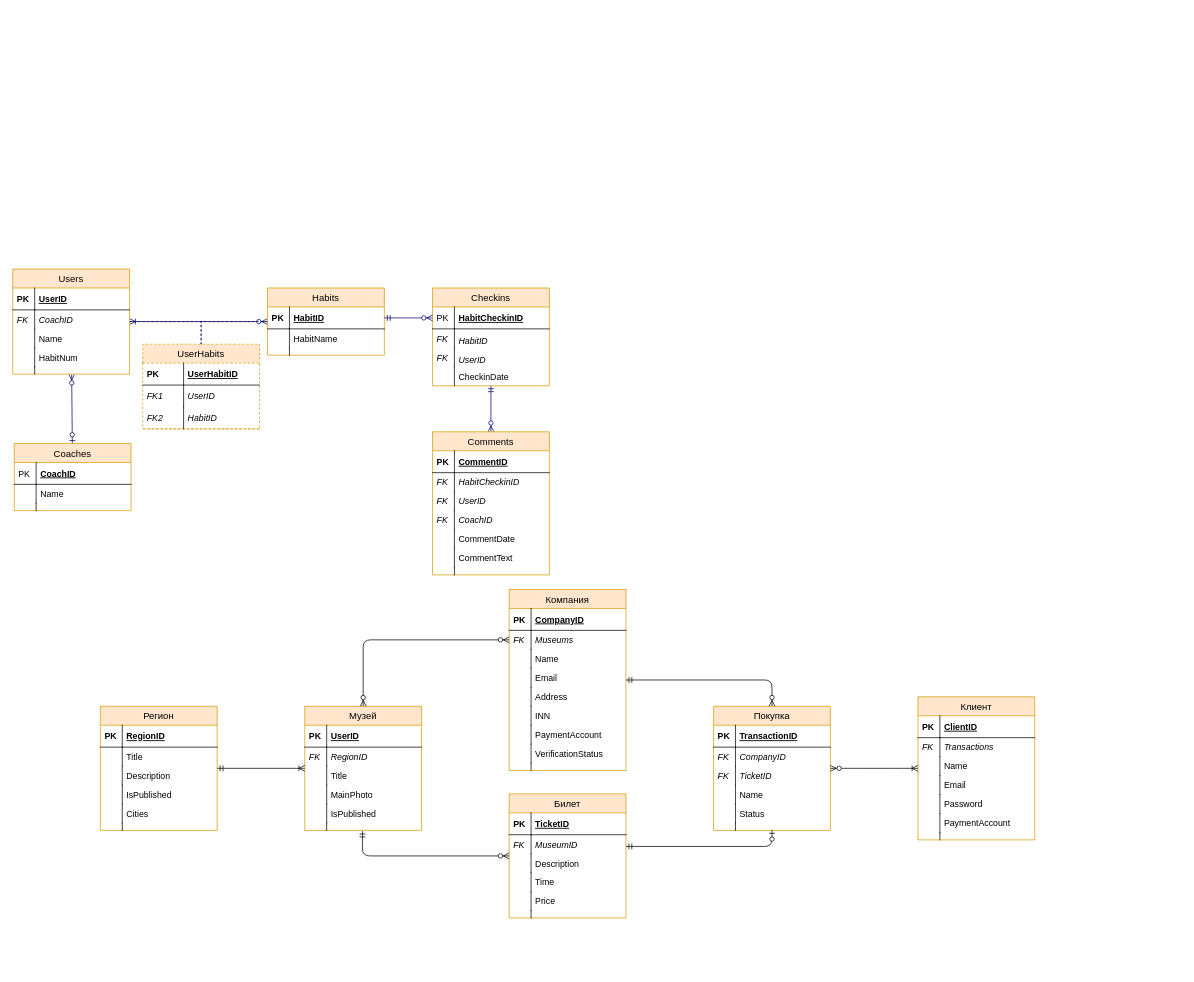
Earlier version of the draw.io diagram LogicalModel.drawio (romanovsavelij/DatabaseCoursePractice). Source tidied: cells renumbered, new cells numbered last; positions are measured from the earlier drawing's top-left corner, leaving out a move shared by most shapes. Both pictures are drawn from the tidied source at 73%, with x=0, y=0 at pixel (12, 269).
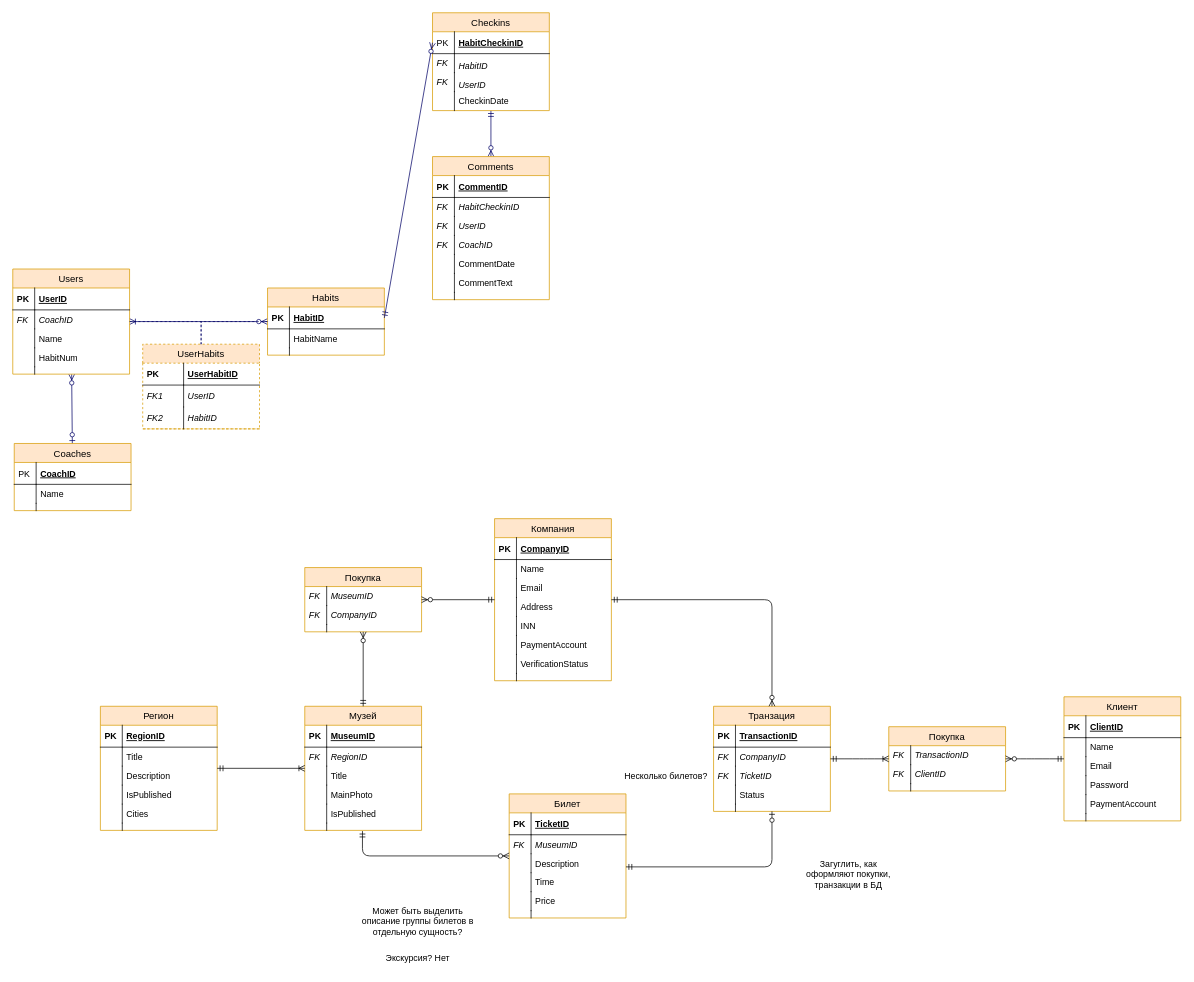
Above is the later version.

Unchanged cells that the change refers to:
```xml
<mxCell id="78" value="Музей" style="swimlane;fontStyle=0;horizontal=1;startSize=26;fillColor=#ffe6cc;swimlaneFillColor=#ffffff;align=center;strokeWidth=1;fontSize=13;strokeColor=#d79b00;" parent="1" vertex="1">
  <mxGeometry x="400" y="599" width="160" height="170" as="geometry" />
</mxCell>
<mxCell id="92" value="Билет" style="swimlane;fontStyle=0;horizontal=1;startSize=26;fillColor=#ffe6cc;swimlaneFillColor=#ffffff;align=center;strokeWidth=1;fontSize=13;strokeColor=#d79b00;" parent="1" vertex="1">
  <mxGeometry x="680" y="719" width="160" height="170" as="geometry" />
</mxCell>
```

Diff of the diagram source:
```diff
@@
     <mxCell id="30" value="Checkins" style="swimlane;fontStyle=0;horizontal=1;startSize=26;fillColor=#ffe6cc;swimlaneFillColor=#ffffff;align=center;strokeWidth=1;fontSize=13;strokeColor=#d79b00;" parent="1" vertex="1">
-      <mxGeometry x="575" y="26" width="160" height="134" as="geometry" />
+      <mxGeometry x="575" y="-351" width="160" height="134" as="geometry" />
     </mxCell>
@@
     <mxCell id="39" value="Comments" style="swimlane;fontStyle=0;horizontal=1;startSize=26;fillColor=#ffe6cc;swimlaneFillColor=#ffffff;align=center;strokeWidth=1;fontSize=13;strokeColor=#d79b00;" parent="1" vertex="1">
-      <mxGeometry x="575" y="223" width="160" height="196" as="geometry" />
+      <mxGeometry x="575" y="-154" width="160" height="196" as="geometry" />
     </mxCell>
@@
-    <mxCell id="79" value="UserID" style="shape=partialRectangle;top=0;left=0;right=0;bottom=1;align=left;verticalAlign=middle;fillColor=none;spacingLeft=34;spacingRight=4;overflow=hidden;fontStyle=5;" parent="78" vertex="1">
+    <mxCell id="79" value="MuseumID" style="shape=partialRectangle;top=0;left=0;right=0;bottom=1;align=left;verticalAlign=middle;fillColor=none;spacingLeft=34;spacingRight=4;overflow=hidden;fontStyle=5;" parent="78" vertex="1">
       <mxGeometry y="26" width="160" height="30" as="geometry" />
     </mxCell>
@@
     <mxCell id="105" value="Компания" style="swimlane;fontStyle=0;horizontal=1;startSize=26;fillColor=#ffe6cc;swimlaneFillColor=#ffffff;align=center;strokeWidth=1;fontSize=13;strokeColor=#d79b00;" parent="1" vertex="1">
-      <mxGeometry x="680" y="439" width="160" height="248" as="geometry" />
+      <mxGeometry x="660" y="342" width="160" height="222" as="geometry" />
     </mxCell>
@@
-    <mxCell id="108" value="Museums" style="shape=partialRectangle;top=0;left=0;right=0;bottom=0;align=left;verticalAlign=top;fillColor=none;spacingLeft=34;spacingRight=4;overflow=hidden;points=[[0,0.5],[1,0.5]];portConstraint=eastwest;fontStyle=2;" parent="105" vertex="1">
-      <mxGeometry y="56" width="160" height="26" as="geometry" />
-    </mxCell>
-    <mxCell id="109" value="FK" style="shape=partialRectangle;top=0;left=0;bottom=0;fillColor=none;align=left;verticalAlign=top;spacingLeft=4;spacingRight=4;overflow=hidden;fontStyle=2;" parent="108" vertex="1">
-      <mxGeometry width="30" height="26" as="geometry" />
-    </mxCell>
     <mxCell id="110" value="Name" style="shape=partialRectangle;top=0;left=0;right=0;bottom=0;align=left;verticalAlign=top;fillColor=none;spacingLeft=34;spacingRight=4;overflow=hidden;" parent="105" vertex="1">
-      <mxGeometry y="82" width="160" height="26" as="geometry" />
+      <mxGeometry y="56" width="160" height="26" as="geometry" />
     </mxCell>
@@
     <mxCell id="112" value="Email" style="shape=partialRectangle;top=0;left=0;right=0;bottom=0;align=left;verticalAlign=top;fillColor=none;spacingLeft=34;spacingRight=4;overflow=hidden;" parent="105" vertex="1">
-      <mxGeometry y="108" width="160" height="26" as="geometry" />
+      <mxGeometry y="82" width="160" height="26" as="geometry" />
     </mxCell>
@@
     <mxCell id="114" value="Address" style="shape=partialRectangle;top=0;left=0;right=0;bottom=0;align=left;verticalAlign=top;fillColor=none;spacingLeft=34;spacingRight=4;overflow=hidden;" parent="105" vertex="1">
-      <mxGeometry y="134" width="160" height="26" as="geometry" />
+      <mxGeometry y="108" width="160" height="26" as="geometry" />
     </mxCell>
@@
     <mxCell id="116" value="INN" style="shape=partialRectangle;top=0;left=0;right=0;bottom=0;align=left;verticalAlign=top;fillColor=none;spacingLeft=34;spacingRight=4;overflow=hidden;" parent="105" vertex="1">
-      <mxGeometry y="160" width="160" height="26" as="geometry" />
+      <mxGeometry y="134" width="160" height="26" as="geometry" />
     </mxCell>
@@
     <mxCell id="118" value="PaymentAccount" style="shape=partialRectangle;top=0;left=0;right=0;bottom=0;align=left;verticalAlign=top;fillColor=none;spacingLeft=34;spacingRight=4;overflow=hidden;" parent="105" vertex="1">
-      <mxGeometry y="186" width="160" height="26" as="geometry" />
+      <mxGeometry y="160" width="160" height="26" as="geometry" />
     </mxCell>
@@
     <mxCell id="120" value="VerificationStatus" style="shape=partialRectangle;top=0;left=0;right=0;bottom=0;align=left;verticalAlign=top;fillColor=none;spacingLeft=34;spacingRight=4;overflow=hidden;" parent="105" vertex="1">
-      <mxGeometry y="212" width="160" height="26" as="geometry" />
+      <mxGeometry y="186" width="160" height="26" as="geometry" />
     </mxCell>
@@
     <mxCell id="122" style="shape=partialRectangle;top=0;left=0;right=0;bottom=0;align=left;verticalAlign=top;fillColor=none;spacingLeft=34;spacingRight=4;overflow=hidden;" parent="105" vertex="1">
-      <mxGeometry y="238" width="160" height="10" as="geometry" />
+      <mxGeometry y="212" width="160" height="10" as="geometry" />
     </mxCell>
@@
-    <mxCell id="124" value="Покупка" style="swimlane;fontStyle=0;horizontal=1;startSize=26;fillColor=#ffe6cc;swimlaneFillColor=#ffffff;align=center;strokeWidth=1;fontSize=13;strokeColor=#d79b00;" parent="1" vertex="1">
-      <mxGeometry x="960" y="599" width="160" height="170" as="geometry" />
+    <mxCell id="124" value="Транзация" style="swimlane;fontStyle=0;horizontal=1;startSize=26;fillColor=#ffe6cc;swimlaneFillColor=#ffffff;align=center;strokeWidth=1;fontSize=13;strokeColor=#d79b00;" parent="1" vertex="1">
+      <mxGeometry x="960" y="599" width="160" height="144" as="geometry" />
     </mxCell>
@@
-    <mxCell id="131" value="Name" style="shape=partialRectangle;top=0;left=0;right=0;bottom=0;align=left;verticalAlign=top;fillColor=none;spacingLeft=34;spacingRight=4;overflow=hidden;" parent="124" vertex="1">
-      <mxGeometry y="108" width="160" height="26" as="geometry" />
-    </mxCell>
-    <mxCell id="132" style="shape=partialRectangle;top=0;left=0;bottom=0;fillColor=none;align=left;verticalAlign=top;spacingLeft=4;spacingRight=4;overflow=hidden;" parent="131" vertex="1">
-      <mxGeometry width="30" height="26" as="geometry" />
-    </mxCell>
     <mxCell id="133" value="Status" style="shape=partialRectangle;top=0;left=0;right=0;bottom=0;align=left;verticalAlign=top;fillColor=none;spacingLeft=34;spacingRight=4;overflow=hidden;" parent="124" vertex="1">
-      <mxGeometry y="134" width="160" height="26" as="geometry" />
+      <mxGeometry y="108" width="160" height="26" as="geometry" />
     </mxCell>
@@
     <mxCell id="135" style="shape=partialRectangle;top=0;left=0;right=0;bottom=0;align=left;verticalAlign=top;fillColor=none;spacingLeft=34;spacingRight=4;overflow=hidden;" parent="124" vertex="1">
-      <mxGeometry y="160" width="160" height="10" as="geometry" />
+      <mxGeometry y="134" width="160" height="10" as="geometry" />
     </mxCell>
@@
     <mxCell id="137" value="Клиент" style="swimlane;fontStyle=0;horizontal=1;startSize=26;fillColor=#ffe6cc;swimlaneFillColor=#ffffff;align=center;strokeWidth=1;fontSize=13;strokeColor=#d79b00;" parent="1" vertex="1">
-      <mxGeometry x="1240" y="586" width="160" height="196" as="geometry" />
+      <mxGeometry x="1440" y="586" width="160" height="170" as="geometry" />
     </mxCell>
@@
-    <mxCell id="140" value="Transactions" style="shape=partialRectangle;top=0;left=0;right=0;bottom=0;align=left;verticalAlign=top;fillColor=none;spacingLeft=34;spacingRight=4;overflow=hidden;fontStyle=2;" parent="137" vertex="1">
-      <mxGeometry y="56" width="160" height="26" as="geometry" />
-    </mxCell>
-    <mxCell id="141" value="FK" style="shape=partialRectangle;top=0;left=0;bottom=0;fillColor=none;align=left;verticalAlign=top;spacingLeft=4;spacingRight=4;overflow=hidden;fontStyle=2;" parent="140" vertex="1">
-      <mxGeometry width="30" height="26" as="geometry" />
-    </mxCell>
     <mxCell id="142" value="Name" style="shape=partialRectangle;top=0;left=0;right=0;bottom=0;align=left;verticalAlign=top;fillColor=none;spacingLeft=34;spacingRight=4;overflow=hidden;" parent="137" vertex="1">
-      <mxGeometry y="82" width="160" height="26" as="geometry" />
+      <mxGeometry y="56" width="160" height="26" as="geometry" />
     </mxCell>
@@
     <mxCell id="144" value="Email" style="shape=partialRectangle;top=0;left=0;right=0;bottom=0;align=left;verticalAlign=top;fillColor=none;spacingLeft=34;spacingRight=4;overflow=hidden;" parent="137" vertex="1">
-      <mxGeometry y="108" width="160" height="26" as="geometry" />
+      <mxGeometry y="82" width="160" height="26" as="geometry" />
     </mxCell>
@@
     <mxCell id="146" value="Password" style="shape=partialRectangle;top=0;left=0;right=0;bottom=0;align=left;verticalAlign=top;fillColor=none;spacingLeft=34;spacingRight=4;overflow=hidden;" parent="137" vertex="1">
-      <mxGeometry y="134" width="160" height="26" as="geometry" />
+      <mxGeometry y="108" width="160" height="26" as="geometry" />
     </mxCell>
@@
     <mxCell id="148" value="PaymentAccount" style="shape=partialRectangle;top=0;left=0;right=0;bottom=0;align=left;verticalAlign=top;fillColor=none;spacingLeft=34;spacingRight=4;overflow=hidden;" parent="137" vertex="1">
-      <mxGeometry y="160" width="160" height="26" as="geometry" />
+      <mxGeometry y="134" width="160" height="26" as="geometry" />
     </mxCell>
@@
     <mxCell id="150" style="shape=partialRectangle;top=0;left=0;right=0;bottom=0;align=left;verticalAlign=top;fillColor=none;spacingLeft=34;spacingRight=4;overflow=hidden;" parent="137" vertex="1">
-      <mxGeometry y="186" width="160" height="10" as="geometry" />
+      <mxGeometry y="160" width="160" height="10" as="geometry" />
     </mxCell>
@@
-    <mxCell id="152" style="edgeStyle=orthogonalEdgeStyle;fontSize=12;html=1;endArrow=ERzeroToMany;endFill=1;startArrow=ERzeroToMany;" parent="1" edge="1" source="78" target="108">
-      <mxGeometry relative="1" as="geometry" />
-    </mxCell>
@@
     <mxCell id="154" style="edgeStyle=orthogonalEdgeStyle;fontSize=12;html=1;endArrow=ERzeroToOne;startArrow=ERmandOne;" parent="1" edge="1" source="92" target="124">
       <mxGeometry relative="1" as="geometry">
         <Array as="points">
-          <mxPoint x="1040" y="791" />
+          <mxPoint x="1040" y="819" />
         </Array>
       </mxGeometry>
     </mxCell>
@@
-    <mxCell id="156" style="edgeStyle=entityRelationEdgeStyle;fontSize=12;html=1;endArrow=ERoneToMany;endFill=0;startArrow=ERzeroToMany;startFill=1;" parent="1" edge="1" source="124" target="137">
-      <mxGeometry relative="1" as="geometry" />
-    </mxCell>
+    <mxCell id="157" value="Покупка" style="swimlane;fontStyle=0;horizontal=1;startSize=26;fillColor=#ffe6cc;swimlaneFillColor=#ffffff;align=center;strokeWidth=1;fontSize=13;strokeColor=#d79b00;" parent="1" vertex="1">
+      <mxGeometry x="1200" y="627" width="160" height="88" as="geometry" />
+    </mxCell>
+    <mxCell id="158" value="TransactionID" style="shape=partialRectangle;top=0;left=0;right=0;bottom=0;align=left;verticalAlign=top;fillColor=none;spacingLeft=34;spacingRight=4;overflow=hidden;fontStyle=2;" parent="157" vertex="1">
+      <mxGeometry y="26" width="160" height="26" as="geometry" />
+    </mxCell>
+    <mxCell id="159" value="FK" style="shape=partialRectangle;top=0;left=0;bottom=0;fillColor=none;align=left;verticalAlign=top;spacingLeft=4;spacingRight=4;overflow=hidden;fontStyle=2;" parent="158" vertex="1">
+      <mxGeometry width="30" height="26" as="geometry" />
+    </mxCell>
+    <mxCell id="160" value="ClientID" style="shape=partialRectangle;top=0;left=0;right=0;bottom=0;align=left;verticalAlign=top;fillColor=none;spacingLeft=34;spacingRight=4;overflow=hidden;fontStyle=2;" parent="157" vertex="1">
+      <mxGeometry y="52" width="160" height="26" as="geometry" />
+    </mxCell>
+    <mxCell id="161" value="FK" style="shape=partialRectangle;top=0;left=0;bottom=0;fillColor=none;align=left;verticalAlign=top;spacingLeft=4;spacingRight=4;overflow=hidden;fontStyle=2;" parent="160" vertex="1">
+      <mxGeometry width="30" height="26" as="geometry" />
+    </mxCell>
+    <mxCell id="162" style="shape=partialRectangle;top=0;left=0;right=0;bottom=0;align=left;verticalAlign=top;fillColor=none;spacingLeft=34;spacingRight=4;overflow=hidden;" parent="157" vertex="1">
+      <mxGeometry y="78" width="160" height="10" as="geometry" />
+    </mxCell>
+    <mxCell id="163" style="shape=partialRectangle;top=0;left=0;bottom=0;fillColor=none;align=left;verticalAlign=top;spacingLeft=4;spacingRight=4;overflow=hidden;" parent="162" vertex="1">
+      <mxGeometry width="30" height="10" as="geometry" />
+    </mxCell>
+    <mxCell id="164" style="edgeStyle=entityRelationEdgeStyle;fontSize=12;html=1;endArrow=ERoneToMany;startArrow=ERmandOne;" parent="1" edge="1" source="124" target="157">
+      <mxGeometry relative="1" as="geometry" />
+    </mxCell>
+    <mxCell id="165" style="edgeStyle=entityRelationEdgeStyle;fontSize=12;html=1;endArrow=ERzeroToMany;startArrow=ERmandOne;" parent="1" edge="1" source="137" target="157">
+      <mxGeometry relative="1" as="geometry" />
+    </mxCell>
+    <mxCell id="166" value="Покупка" style="swimlane;fontStyle=0;horizontal=1;startSize=26;fillColor=#ffe6cc;swimlaneFillColor=#ffffff;align=center;strokeWidth=1;fontSize=13;strokeColor=#d79b00;" parent="1" vertex="1">
+      <mxGeometry x="400" y="409" width="160" height="88" as="geometry" />
+    </mxCell>
+    <mxCell id="167" value="MuseumID" style="shape=partialRectangle;top=0;left=0;right=0;bottom=0;align=left;verticalAlign=top;fillColor=none;spacingLeft=34;spacingRight=4;overflow=hidden;fontStyle=2;" parent="166" vertex="1">
+      <mxGeometry y="26" width="160" height="26" as="geometry" />
+    </mxCell>
+    <mxCell id="168" value="FK" style="shape=partialRectangle;top=0;left=0;bottom=0;fillColor=none;align=left;verticalAlign=top;spacingLeft=4;spacingRight=4;overflow=hidden;fontStyle=2;" parent="167" vertex="1">
+      <mxGeometry width="30" height="26" as="geometry" />
+    </mxCell>
+    <mxCell id="169" value="CompanyID" style="shape=partialRectangle;top=0;left=0;right=0;bottom=0;align=left;verticalAlign=top;fillColor=none;spacingLeft=34;spacingRight=4;overflow=hidden;fontStyle=2;" parent="166" vertex="1">
+      <mxGeometry y="52" width="160" height="26" as="geometry" />
+    </mxCell>
+    <mxCell id="170" value="FK" style="shape=partialRectangle;top=0;left=0;bottom=0;fillColor=none;align=left;verticalAlign=top;spacingLeft=4;spacingRight=4;overflow=hidden;fontStyle=2;" parent="169" vertex="1">
+      <mxGeometry width="30" height="26" as="geometry" />
+    </mxCell>
+    <mxCell id="171" style="shape=partialRectangle;top=0;left=0;right=0;bottom=0;align=left;verticalAlign=top;fillColor=none;spacingLeft=34;spacingRight=4;overflow=hidden;" parent="166" vertex="1">
+      <mxGeometry y="78" width="160" height="10" as="geometry" />
+    </mxCell>
+    <mxCell id="172" style="shape=partialRectangle;top=0;left=0;bottom=0;fillColor=none;align=left;verticalAlign=top;spacingLeft=4;spacingRight=4;overflow=hidden;" parent="171" vertex="1">
+      <mxGeometry width="30" height="10" as="geometry" />
+    </mxCell>
+    <mxCell id="173" style="edgeStyle=orthogonalEdgeStyle;fontSize=12;html=1;endArrow=ERzeroToMany;startArrow=ERmandOne;" parent="1" edge="1" source="105" target="166">
+      <mxGeometry relative="1" as="geometry">
+        <Array as="points">
+          <mxPoint x="740" y="453" />
+          <mxPoint x="740" y="453" />
+        </Array>
+      </mxGeometry>
+    </mxCell>
+    <mxCell id="174" style="edgeStyle=orthogonalEdgeStyle;fontSize=12;html=1;endArrow=ERzeroToMany;startArrow=ERmandOne;" parent="1" edge="1" source="78" target="166">
+      <mxGeometry relative="1" as="geometry">
+        <Array as="points">
+          <mxPoint x="480" y="453" />
+        </Array>
+      </mxGeometry>
+    </mxCell>
+    <mxCell id="175" value="Может быть выделить описание группы билетов в отдельную сущность?" style="text;html=1;strokeColor=none;fillColor=none;align=center;verticalAlign=middle;whiteSpace=wrap;rounded=0;" parent="1" vertex="1">
+      <mxGeometry x="470" y="859" width="170" height="70" as="geometry" />
+    </mxCell>
+    <mxCell id="176" value="Несколько билетов?" style="text;html=1;strokeColor=none;fillColor=none;align=center;verticalAlign=middle;whiteSpace=wrap;rounded=0;" parent="1" vertex="1">
+      <mxGeometry x="830" y="675" width="130" height="40" as="geometry" />
+    </mxCell>
+    <mxCell id="177" value="Загуглить, как оформляют покупки, транзакции в БД" style="text;html=1;strokeColor=none;fillColor=none;align=center;verticalAlign=middle;whiteSpace=wrap;rounded=0;" parent="1" vertex="1">
+      <mxGeometry x="1080" y="809" width="130" height="40" as="geometry" />
+    </mxCell>
+    <mxCell id="178" value="Экскурсия? Нет" style="text;html=1;strokeColor=none;fillColor=none;align=center;verticalAlign=middle;whiteSpace=wrap;rounded=0;" parent="1" vertex="1">
+      <mxGeometry x="510" y="929" width="90" height="30" as="geometry" />
+    </mxCell>
```
